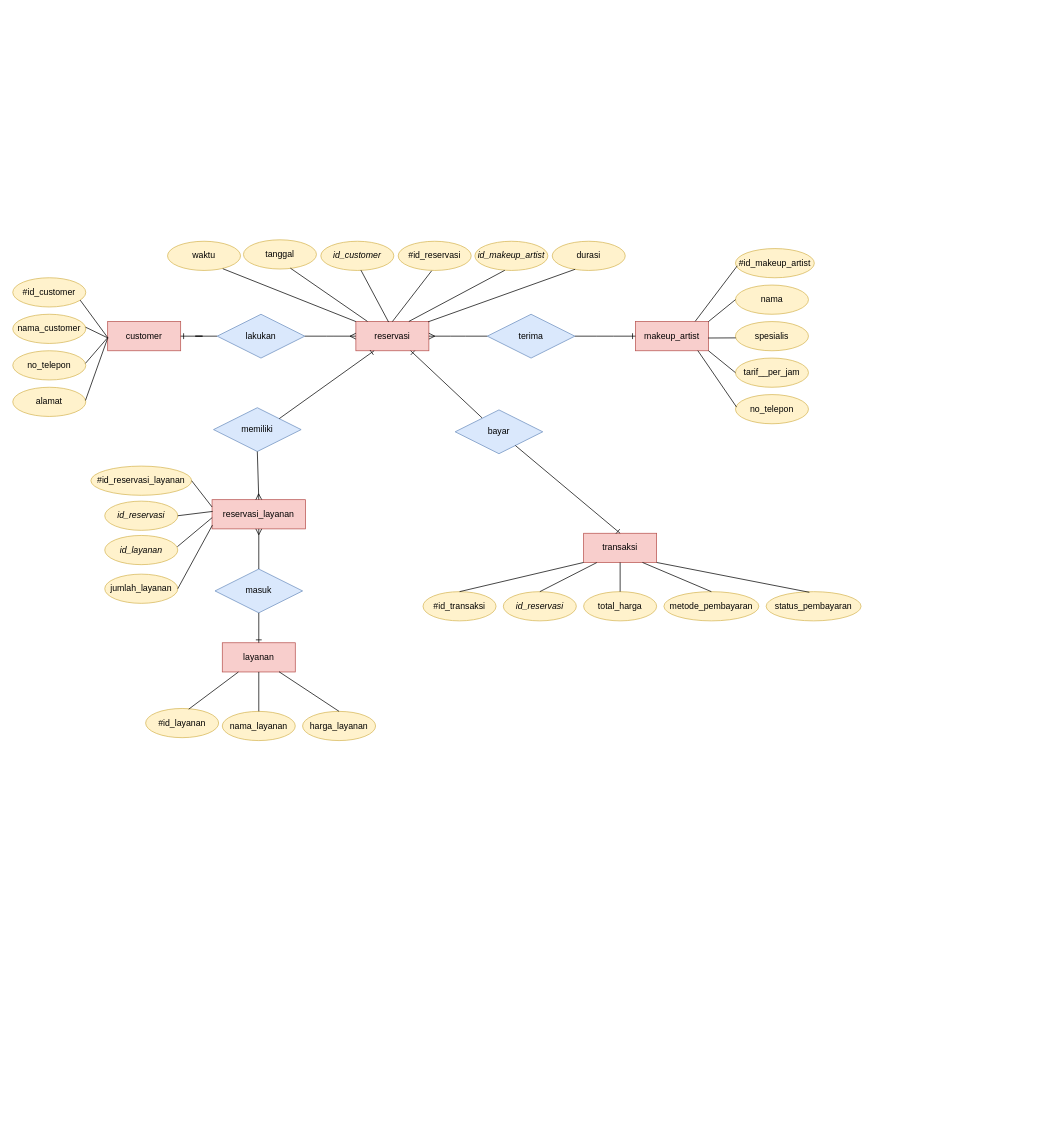
This is MinPro 1.drawio from k149191/Konsep-Basis-Data, a draw.io file, before an edit. Source tidied: cells renumbered, new cells numbered last; positions are measured from the earlier drawing's top-left corner, leaving out a move shared by most shapes. Both pictures are drawn from the tidied source at 73%, with x=0, y=0 at pixel (12, 239).
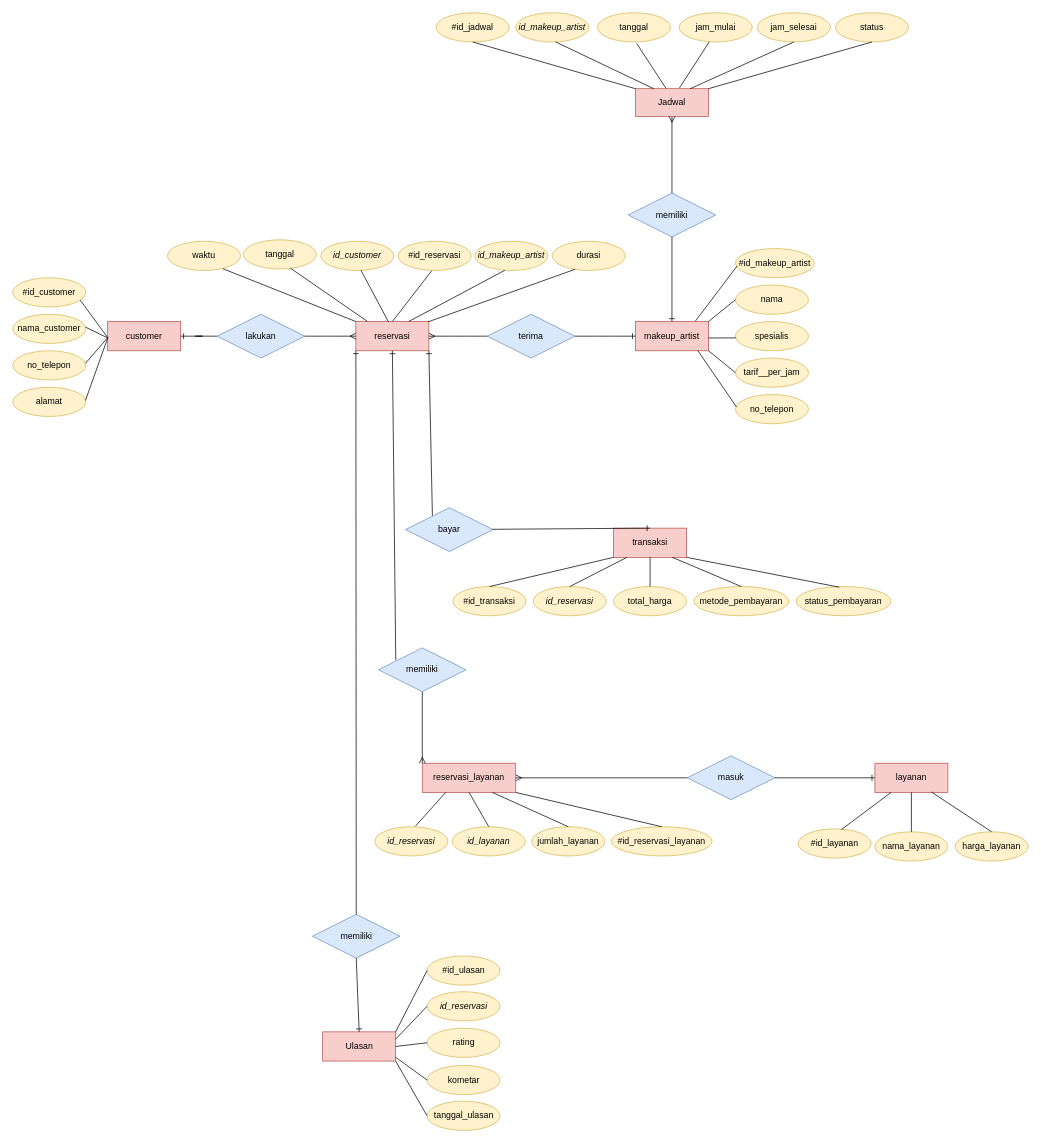
Above is the later version.

Unchanged cells that the change refers to:
```xml
<mxCell id="2" value="reservasi" style="whiteSpace=wrap;html=1;align=center;fillColor=#f8cecc;strokeColor=#b85450;" parent="1" vertex="1">
  <mxGeometry x="470" y="112" width="100" height="40" as="geometry" />
</mxCell>
<mxCell id="4" value="makeup_artist" style="whiteSpace=wrap;html=1;align=center;fillColor=#f8cecc;strokeColor=#b85450;" parent="1" vertex="1">
  <mxGeometry x="853" y="112" width="100" height="40" as="geometry" />
</mxCell>
```

Diff of the diagram source:
```diff
@@
     <mxCell id="3" value="transaksi" style="whiteSpace=wrap;html=1;align=center;fillColor=#f8cecc;strokeColor=#b85450;" parent="1" vertex="1">
-      <mxGeometry x="782" y="402" width="100" height="40" as="geometry" />
+      <mxGeometry x="823" y="395" width="100" height="40" as="geometry" />
     </mxCell>
@@
     <mxCell id="5" value="layanan" style="whiteSpace=wrap;html=1;align=center;fillColor=#f8cecc;strokeColor=#b85450;" parent="1" vertex="1">
-      <mxGeometry x="287" y="552" width="100" height="40" as="geometry" />
+      <mxGeometry x="1181" y="717" width="100" height="40" as="geometry" />
     </mxCell>
@@
     <mxCell id="22" value="#id_layanan" style="ellipse;whiteSpace=wrap;html=1;align=center;fillColor=#fff2cc;strokeColor=#d6b656;" parent="1" vertex="1">
-      <mxGeometry x="182" y="642" width="100" height="40" as="geometry" />
+      <mxGeometry x="1076" y="807" width="100" height="40" as="geometry" />
     </mxCell>
     <mxCell id="23" value="#id_transaksi" style="ellipse;whiteSpace=wrap;html=1;align=center;fillColor=#fff2cc;strokeColor=#d6b656;" parent="1" vertex="1">
-      <mxGeometry x="562" y="482" width="100" height="40" as="geometry" />
+      <mxGeometry x="603" y="475" width="100" height="40" as="geometry" />
     </mxCell>
     <mxCell id="24" value="&lt;i&gt;id_reservasi&lt;/i&gt;" style="ellipse;whiteSpace=wrap;html=1;align=center;fillColor=#fff2cc;strokeColor=#d6b656;" parent="1" vertex="1">
-      <mxGeometry x="672" y="482" width="100" height="40" as="geometry" />
+      <mxGeometry x="713" y="475" width="100" height="40" as="geometry" />
     </mxCell>
     <mxCell id="25" value="total_harga" style="ellipse;whiteSpace=wrap;html=1;align=center;fillColor=#fff2cc;strokeColor=#d6b656;" parent="1" vertex="1">
-      <mxGeometry x="782" y="482" width="100" height="40" as="geometry" />
+      <mxGeometry x="823" y="475" width="100" height="40" as="geometry" />
     </mxCell>
     <mxCell id="26" value="metode_pembayaran" style="ellipse;whiteSpace=wrap;html=1;align=center;fillColor=#fff2cc;strokeColor=#d6b656;" parent="1" vertex="1">
-      <mxGeometry x="892" y="482" width="130" height="40" as="geometry" />
+      <mxGeometry x="933" y="475" width="130" height="40" as="geometry" />
     </mxCell>
     <mxCell id="27" value="status_pembayaran" style="ellipse;whiteSpace=wrap;html=1;align=center;fillColor=#fff2cc;strokeColor=#d6b656;" parent="1" vertex="1">
-      <mxGeometry x="1032" y="482" width="130" height="40" as="geometry" />
+      <mxGeometry x="1073" y="475" width="130" height="40" as="geometry" />
     </mxCell>
@@
     <mxCell id="29" value="bayar" style="shape=rhombus;perimeter=rhombusPerimeter;whiteSpace=wrap;html=1;align=center;fillColor=#dae8fc;strokeColor=#6c8ebf;" parent="1" vertex="1">
-      <mxGeometry x="606" y="233" width="120" height="60" as="geometry" />
+      <mxGeometry x="538" y="367" width="120" height="60" as="geometry" />
     </mxCell>
@@
-    <mxCell id="35" style="fontSize=12;html=1;endArrow=ERone;endFill=1;rounded=0;exitX=0.307;exitY=0.182;exitDx=0;exitDy=0;entryX=0.75;entryY=1;entryDx=0;entryDy=0;exitPerimeter=0;" parent="1" edge="1" source="29" target="2">
+    <mxCell id="35" style="fontSize=12;html=1;endArrow=ERone;endFill=1;rounded=0;exitX=0.307;exitY=0.182;exitDx=0;exitDy=0;entryX=1;entryY=1;entryDx=0;entryDy=0;exitPerimeter=0;" parent="1" edge="1" source="29" target="2">
       <mxGeometry relative="1" as="geometry" />
     </mxCell>
@@
     <mxCell id="37" value="nama_layanan" style="ellipse;whiteSpace=wrap;html=1;align=center;fillColor=#fff2cc;strokeColor=#d6b656;" parent="1" vertex="1">
-      <mxGeometry x="287" y="646" width="100" height="40" as="geometry" />
+      <mxGeometry x="1181" y="811" width="100" height="40" as="geometry" />
     </mxCell>
     <mxCell id="38" value="harga_layanan" style="ellipse;whiteSpace=wrap;html=1;align=center;fillColor=#fff2cc;strokeColor=#d6b656;" parent="1" vertex="1">
-      <mxGeometry x="397" y="646" width="100" height="40" as="geometry" />
+      <mxGeometry x="1291" y="811" width="100" height="40" as="geometry" />
     </mxCell>
     <mxCell id="39" value="reservasi_layanan" style="whiteSpace=wrap;html=1;align=center;fillColor=#f8cecc;strokeColor=#b85450;" parent="1" vertex="1">
-      <mxGeometry x="273" y="356" width="128" height="40" as="geometry" />
+      <mxGeometry x="561" y="717" width="128" height="40" as="geometry" />
     </mxCell>
-    <mxCell id="40" value="#id_reservasi_layanan" style="ellipse;whiteSpace=wrap;html=1;align=center;fillColor=#fff2cc;strokeColor=#d6b656;" parent="1" vertex="1">
-      <mxGeometry x="107" y="310" width="138" height="40" as="geometry" />
-    </mxCell>
     <mxCell id="41" value="&lt;i&gt;id_reservasi&lt;/i&gt;" style="ellipse;whiteSpace=wrap;html=1;align=center;fillColor=#fff2cc;strokeColor=#d6b656;" parent="1" vertex="1">
-      <mxGeometry x="126" y="358" width="100" height="40" as="geometry" />
+      <mxGeometry x="496" y="804" width="100" height="40" as="geometry" />
     </mxCell>
     <mxCell id="42" value="&lt;i&gt;id_layanan&lt;/i&gt;" style="ellipse;whiteSpace=wrap;html=1;align=center;fillColor=#fff2cc;strokeColor=#d6b656;" parent="1" vertex="1">
-      <mxGeometry x="126" y="405" width="100" height="40" as="geometry" />
+      <mxGeometry x="602" y="804" width="100" height="40" as="geometry" />
     </mxCell>
     <mxCell id="43" value="jumlah_layanan" style="ellipse;whiteSpace=wrap;html=1;align=center;fillColor=#fff2cc;strokeColor=#d6b656;" parent="1" vertex="1">
-      <mxGeometry x="126" y="458" width="100" height="40" as="geometry" />
+      <mxGeometry x="711" y="804" width="100" height="40" as="geometry" />
     </mxCell>
     <mxCell id="44" value="masuk" style="shape=rhombus;perimeter=rhombusPerimeter;whiteSpace=wrap;html=1;align=center;fillColor=#dae8fc;strokeColor=#6c8ebf;" parent="1" vertex="1">
-      <mxGeometry x="277" y="451" width="120" height="60" as="geometry" />
+      <mxGeometry x="924" y="707" width="120" height="60" as="geometry" />
     </mxCell>
     <mxCell id="45" value="memiliki" style="shape=rhombus;perimeter=rhombusPerimeter;whiteSpace=wrap;html=1;align=center;fillColor=#dae8fc;strokeColor=#6c8ebf;" parent="1" vertex="1">
-      <mxGeometry x="275" y="230" width="120" height="60" as="geometry" />
+      <mxGeometry x="501" y="559" width="120" height="60" as="geometry" />
     </mxCell>
-    <mxCell id="46" style="fontSize=12;html=1;endArrow=ERmany;rounded=0;exitX=0.5;exitY=1;exitDx=0;exitDy=0;entryX=0.5;entryY=0;entryDx=0;entryDy=0;" parent="1" edge="1" source="45" target="39">
+    <mxCell id="46" style="fontSize=12;html=1;endArrow=ERmany;rounded=0;exitX=0.5;exitY=1;exitDx=0;exitDy=0;entryX=0;entryY=0;entryDx=0;entryDy=0;" parent="1" edge="1" source="45" target="39">
       <mxGeometry relative="1" as="geometry" />
     </mxCell>
-    <mxCell id="47" style="fontSize=12;html=1;endArrow=ERone;endFill=1;rounded=0;entryX=0.25;entryY=1;entryDx=0;entryDy=0;exitX=1;exitY=0;exitDx=0;exitDy=0;" parent="1" edge="1" source="45" target="2">
+    <mxCell id="47" style="fontSize=12;html=1;endArrow=ERone;endFill=1;rounded=0;entryX=0.5;entryY=1;entryDx=0;entryDy=0;exitX=0.197;exitY=0.276;exitDx=0;exitDy=0;exitPerimeter=0;" parent="1" edge="1" source="45" target="2">
       <mxGeometry relative="1" as="geometry" />
     </mxCell>
-    <mxCell id="48" style="fontSize=12;html=1;endArrow=ERone;endFill=1;rounded=0;exitX=0.5;exitY=1;exitDx=0;exitDy=0;entryX=0.5;entryY=0;entryDx=0;entryDy=0;" parent="1" edge="1" source="44" target="5">
+    <mxCell id="48" style="fontSize=12;html=1;endArrow=ERone;endFill=1;rounded=0;exitX=1;exitY=0.5;exitDx=0;exitDy=0;entryX=0;entryY=0.5;entryDx=0;entryDy=0;" parent="1" edge="1" source="44" target="5">
       <mxGeometry relative="1" as="geometry" />
     </mxCell>
-    <mxCell id="49" style="fontSize=12;html=1;endArrow=ERmany;rounded=0;exitX=0.5;exitY=0;exitDx=0;exitDy=0;entryX=0.5;entryY=1;entryDx=0;entryDy=0;" parent="1" edge="1" source="44" target="39">
+    <mxCell id="49" style="fontSize=12;html=1;endArrow=ERmany;rounded=0;exitX=0;exitY=0.5;exitDx=0;exitDy=0;entryX=1;entryY=0.5;entryDx=0;entryDy=0;" parent="1" edge="1" source="44" target="39">
       <mxGeometry relative="1" as="geometry" />
     </mxCell>
@@
     <mxCell id="65" style="endArrow=none;html=1;rounded=0;entryX=0.221;entryY=1.001;entryDx=0;entryDy=0;entryPerimeter=0;" parent="1" edge="1" target="5">
       <mxGeometry relative="1" as="geometry">
-        <mxPoint x="241" y="643" as="sourcePoint" />
+        <mxPoint x="1135" y="808" as="sourcePoint" />
       </mxGeometry>
     </mxCell>
@@
-    <mxCell id="68" style="endArrow=none;html=1;rounded=0;exitX=1;exitY=0.5;exitDx=0;exitDy=0;entryX=0;entryY=0.25;entryDx=0;entryDy=0;" parent="1" edge="1" source="40" target="39">
-      <mxGeometry relative="1" as="geometry" />
-    </mxCell>
-    <mxCell id="69" style="endArrow=none;html=1;rounded=0;exitX=1;exitY=0.5;exitDx=0;exitDy=0;entryX=0.006;entryY=0.402;entryDx=0;entryDy=0;entryPerimeter=0;" parent="1" edge="1" source="41" target="39">
-      <mxGeometry relative="1" as="geometry" />
-    </mxCell>
-    <mxCell id="70" style="endArrow=none;html=1;rounded=0;exitX=0.994;exitY=0.386;exitDx=0;exitDy=0;entryX=0.001;entryY=0.615;entryDx=0;entryDy=0;entryPerimeter=0;exitPerimeter=0;" parent="1" edge="1" source="42" target="39">
-      <mxGeometry relative="1" as="geometry" />
-    </mxCell>
-    <mxCell id="71" style="endArrow=none;html=1;rounded=0;exitX=1;exitY=0.5;exitDx=0;exitDy=0;entryX=0.004;entryY=0.871;entryDx=0;entryDy=0;entryPerimeter=0;" parent="1" edge="1" source="43" target="39">
-      <mxGeometry relative="1" as="geometry" />
-    </mxCell>
@@
+    <mxCell id="77" value="memiliki" style="shape=rhombus;perimeter=rhombusPerimeter;whiteSpace=wrap;html=1;align=center;fillColor=#dae8fc;strokeColor=#6c8ebf;" parent="1" vertex="1">
+      <mxGeometry x="843" y="-64" width="120" height="60" as="geometry" />
+    </mxCell>
+    <mxCell id="78" value="Jadwal" style="whiteSpace=wrap;html=1;align=center;fillColor=#f8cecc;strokeColor=#b85450;" parent="1" vertex="1">
+      <mxGeometry x="853" y="-207" width="100" height="38" as="geometry" />
+    </mxCell>
+    <mxCell id="79" style="fontSize=12;html=1;endArrow=ERone;endFill=1;rounded=0;exitX=0.5;exitY=1;exitDx=0;exitDy=0;entryX=0.5;entryY=0;entryDx=0;entryDy=0;" parent="1" edge="1" source="77" target="4">
+      <mxGeometry relative="1" as="geometry" />
+    </mxCell>
+    <mxCell id="80" style="fontSize=12;html=1;endArrow=ERmany;rounded=0;exitX=0.5;exitY=0;exitDx=0;exitDy=0;entryX=0.5;entryY=1;entryDx=0;entryDy=0;" parent="1" edge="1" source="77" target="78">
+      <mxGeometry relative="1" as="geometry" />
+    </mxCell>
+    <mxCell id="81" value="memiliki" style="shape=rhombus;perimeter=rhombusPerimeter;whiteSpace=wrap;html=1;align=center;fillColor=#dae8fc;strokeColor=#6c8ebf;" parent="1" vertex="1">
+      <mxGeometry x="410.5" y="924" width="120" height="60" as="geometry" />
+    </mxCell>
+    <mxCell id="82" value="Ulasan" style="whiteSpace=wrap;html=1;align=center;fillColor=#f8cecc;strokeColor=#b85450;" parent="1" vertex="1">
+      <mxGeometry x="424.5" y="1085" width="100" height="40" as="geometry" />
+    </mxCell>
+    <mxCell id="83" style="fontSize=12;html=1;endArrow=ERone;endFill=1;rounded=0;exitX=0.5;exitY=1;exitDx=0;exitDy=0;entryX=0.5;entryY=0;entryDx=0;entryDy=0;" parent="1" edge="1" source="81" target="82">
+      <mxGeometry relative="1" as="geometry" />
+    </mxCell>
+    <mxCell id="84" style="fontSize=12;html=1;endArrow=ERone;endFill=1;rounded=0;exitX=0.5;exitY=0;exitDx=0;exitDy=0;entryX=0;entryY=1;entryDx=0;entryDy=0;" parent="1" edge="1" source="81" target="2">
+      <mxGeometry relative="1" as="geometry" />
+    </mxCell>
+    <mxCell id="85" value="&lt;i&gt;id_makeup_artist&lt;/i&gt;" style="ellipse;whiteSpace=wrap;html=1;align=center;fillColor=#fff2cc;strokeColor=#d6b656;" parent="1" vertex="1">
+      <mxGeometry x="689" y="-311" width="100" height="40" as="geometry" />
+    </mxCell>
+    <mxCell id="86" value="jam_mulai" style="ellipse;whiteSpace=wrap;html=1;align=center;fillColor=#fff2cc;strokeColor=#d6b656;" parent="1" vertex="1">
+      <mxGeometry x="913" y="-311" width="100" height="40" as="geometry" />
+    </mxCell>
+    <mxCell id="87" value="jam_selesai" style="ellipse;whiteSpace=wrap;html=1;align=center;fillColor=#fff2cc;strokeColor=#d6b656;" parent="1" vertex="1">
+      <mxGeometry x="1020" y="-311" width="100" height="40" as="geometry" />
+    </mxCell>
+    <mxCell id="88" value="status" style="ellipse;whiteSpace=wrap;html=1;align=center;fillColor=#fff2cc;strokeColor=#d6b656;" parent="1" vertex="1">
+      <mxGeometry x="1127" y="-311" width="100" height="40" as="geometry" />
+    </mxCell>
+    <mxCell id="89" value="#id_jadwal" style="ellipse;whiteSpace=wrap;html=1;align=center;fillColor=#fff2cc;strokeColor=#d6b656;" parent="1" vertex="1">
+      <mxGeometry x="580" y="-311" width="100" height="40" as="geometry" />
+    </mxCell>
+    <mxCell id="90" value="tanggal" style="ellipse;whiteSpace=wrap;html=1;align=center;fillColor=#fff2cc;strokeColor=#d6b656;" parent="1" vertex="1">
+      <mxGeometry x="801" y="-311" width="100" height="40" as="geometry" />
+    </mxCell>
+    <mxCell id="91" value="kometar" style="ellipse;whiteSpace=wrap;html=1;align=center;fillColor=#fff2cc;strokeColor=#d6b656;" parent="1" vertex="1">
+      <mxGeometry x="567.5" y="1131" width="100" height="40" as="geometry" />
+    </mxCell>
+    <mxCell id="92" value="rating" style="ellipse;whiteSpace=wrap;html=1;align=center;fillColor=#fff2cc;strokeColor=#d6b656;" parent="1" vertex="1">
+      <mxGeometry x="567.5" y="1080" width="100" height="40" as="geometry" />
+    </mxCell>
+    <mxCell id="93" value="&lt;i&gt;id_reservasi&lt;/i&gt;" style="ellipse;whiteSpace=wrap;html=1;align=center;fillColor=#fff2cc;strokeColor=#d6b656;" parent="1" vertex="1">
+      <mxGeometry x="567.5" y="1030" width="100" height="40" as="geometry" />
+    </mxCell>
+    <mxCell id="94" value="#id_ulasan" style="ellipse;whiteSpace=wrap;html=1;align=center;fillColor=#fff2cc;strokeColor=#d6b656;" parent="1" vertex="1">
+      <mxGeometry x="567.5" y="981" width="100" height="40" as="geometry" />
+    </mxCell>
+    <mxCell id="95" value="tanggal_ulasan" style="ellipse;whiteSpace=wrap;html=1;align=center;fillColor=#fff2cc;strokeColor=#d6b656;" parent="1" vertex="1">
+      <mxGeometry x="567.5" y="1180" width="100" height="40" as="geometry" />
+    </mxCell>
+    <mxCell id="96" style="endArrow=none;html=1;rounded=0;exitX=1;exitY=0;exitDx=0;exitDy=0;entryX=0;entryY=0.5;entryDx=0;entryDy=0;" parent="1" edge="1" source="82" target="94">
+      <mxGeometry relative="1" as="geometry" />
+    </mxCell>
+    <mxCell id="97" style="endArrow=none;html=1;rounded=0;exitX=1;exitY=1;exitDx=0;exitDy=0;entryX=0;entryY=0.5;entryDx=0;entryDy=0;" parent="1" edge="1" source="82" target="95">
+      <mxGeometry relative="1" as="geometry" />
+    </mxCell>
+    <mxCell id="98" style="endArrow=none;html=1;rounded=0;exitX=0.998;exitY=0.868;exitDx=0;exitDy=0;exitPerimeter=0;entryX=0;entryY=0.5;entryDx=0;entryDy=0;" parent="1" edge="1" source="82" target="91">
+      <mxGeometry relative="1" as="geometry" />
+    </mxCell>
+    <mxCell id="99" style="endArrow=none;html=1;rounded=0;exitX=1;exitY=0.5;exitDx=0;exitDy=0;entryX=0;entryY=0.5;entryDx=0;entryDy=0;" parent="1" edge="1" source="82" target="92">
+      <mxGeometry relative="1" as="geometry" />
+    </mxCell>
+    <mxCell id="100" style="endArrow=none;html=1;rounded=0;entryX=0;entryY=0.5;entryDx=0;entryDy=0;exitX=1;exitY=0.25;exitDx=0;exitDy=0;" parent="1" edge="1" source="82" target="93">
+      <mxGeometry relative="1" as="geometry" />
+    </mxCell>
+    <mxCell id="101" style="endArrow=none;html=1;rounded=0;entryX=0.5;entryY=1;entryDx=0;entryDy=0;exitX=1;exitY=0;exitDx=0;exitDy=0;" parent="1" edge="1" source="78" target="88">
+      <mxGeometry relative="1" as="geometry" />
+    </mxCell>
+    <mxCell id="102" style="endArrow=none;html=1;rounded=0;exitX=0.75;exitY=0;exitDx=0;exitDy=0;entryX=0.5;entryY=1;entryDx=0;entryDy=0;" parent="1" edge="1" source="78" target="87">
+      <mxGeometry relative="1" as="geometry" />
+    </mxCell>
+    <mxCell id="103" style="endArrow=none;html=1;rounded=0;exitX=0.411;exitY=0.995;exitDx=0;exitDy=0;exitPerimeter=0;entryX=0.603;entryY=-0.028;entryDx=0;entryDy=0;entryPerimeter=0;" parent="1" edge="1" source="86" target="78">
+      <mxGeometry relative="1" as="geometry" />
+    </mxCell>
+    <mxCell id="104" style="endArrow=none;html=1;rounded=0;exitX=0.537;exitY=1.052;exitDx=0;exitDy=0;exitPerimeter=0;entryX=0.419;entryY=-0.01;entryDx=0;entryDy=0;entryPerimeter=0;" parent="1" edge="1" source="90" target="78">
+      <mxGeometry relative="1" as="geometry" />
+    </mxCell>
+    <mxCell id="105" style="endArrow=none;html=1;rounded=0;exitX=0.544;exitY=0.995;exitDx=0;exitDy=0;exitPerimeter=0;entryX=0.25;entryY=0;entryDx=0;entryDy=0;" parent="1" edge="1" source="85" target="78">
+      <mxGeometry relative="1" as="geometry" />
+    </mxCell>
+    <mxCell id="106" style="endArrow=none;html=1;rounded=0;exitX=0.5;exitY=1;exitDx=0;exitDy=0;entryX=0;entryY=0;entryDx=0;entryDy=0;" parent="1" edge="1" source="89" target="78">
+      <mxGeometry relative="1" as="geometry" />
+    </mxCell>
+    <mxCell id="40" value="#id_reservasi_layanan" style="ellipse;whiteSpace=wrap;html=1;align=center;fillColor=#fff2cc;strokeColor=#d6b656;" parent="1" vertex="1">
+      <mxGeometry x="820" y="804" width="138" height="40" as="geometry" />
+    </mxCell>
+    <mxCell id="69" style="endArrow=none;html=1;rounded=0;exitX=0.555;exitY=-0.016;exitDx=0;exitDy=0;exitPerimeter=0;entryX=0.25;entryY=1;entryDx=0;entryDy=0;" parent="1" edge="1" source="41" target="39">
+      <mxGeometry relative="1" as="geometry" />
+    </mxCell>
+    <mxCell id="70" style="endArrow=none;html=1;rounded=0;exitX=0.5;exitY=0;exitDx=0;exitDy=0;entryX=0.5;entryY=1;entryDx=0;entryDy=0;" parent="1" edge="1" source="42" target="39">
+      <mxGeometry relative="1" as="geometry" />
+    </mxCell>
+    <mxCell id="71" style="endArrow=none;html=1;rounded=0;exitX=0.5;exitY=0;exitDx=0;exitDy=0;entryX=0.75;entryY=1;entryDx=0;entryDy=0;" parent="1" edge="1" source="43" target="39">
+      <mxGeometry relative="1" as="geometry" />
+    </mxCell>
+    <mxCell id="68" style="endArrow=none;html=1;rounded=0;exitX=0.5;exitY=0;exitDx=0;exitDy=0;entryX=1;entryY=1;entryDx=0;entryDy=0;" parent="1" edge="1" source="40" target="39">
+      <mxGeometry relative="1" as="geometry" />
+    </mxCell>
```
